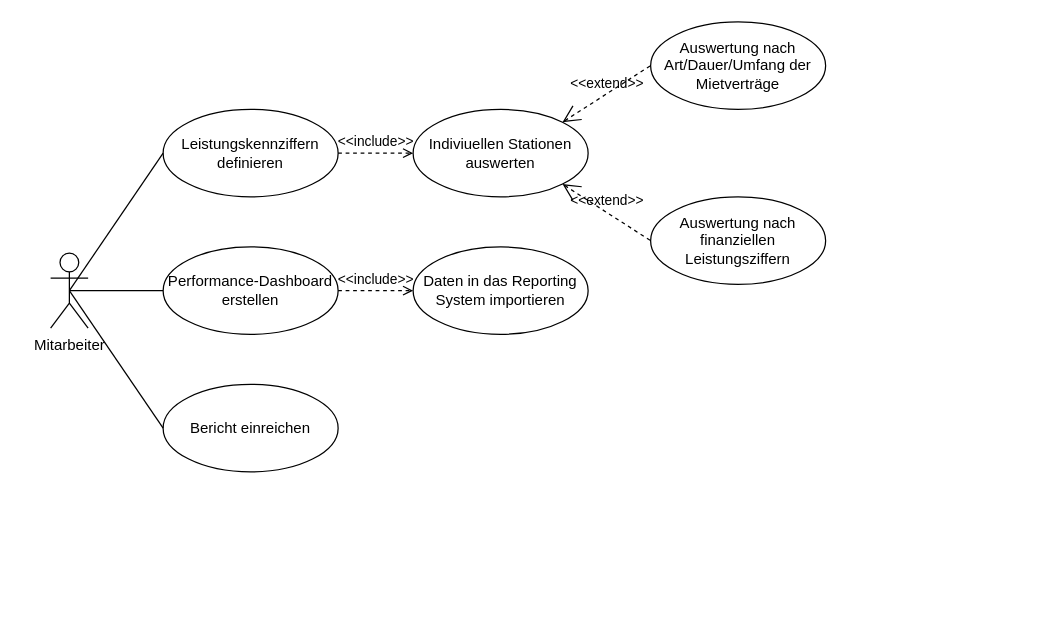
Earlier version of the draw.io diagram E2 - Gabriel/Geschaeftsanwendungsfall_Performance-Bericht.drawio (JanUwU42/SoftwareEngineeringProjektarbeit). Source tidied: cells renumbered, new cells numbered last; positions are measured from the earlier drawing's top-left corner, leaving out a move shared by most shapes. Both pictures are drawn from the tidied source at 125%, with x=0, y=0 at pixel (50, 21).
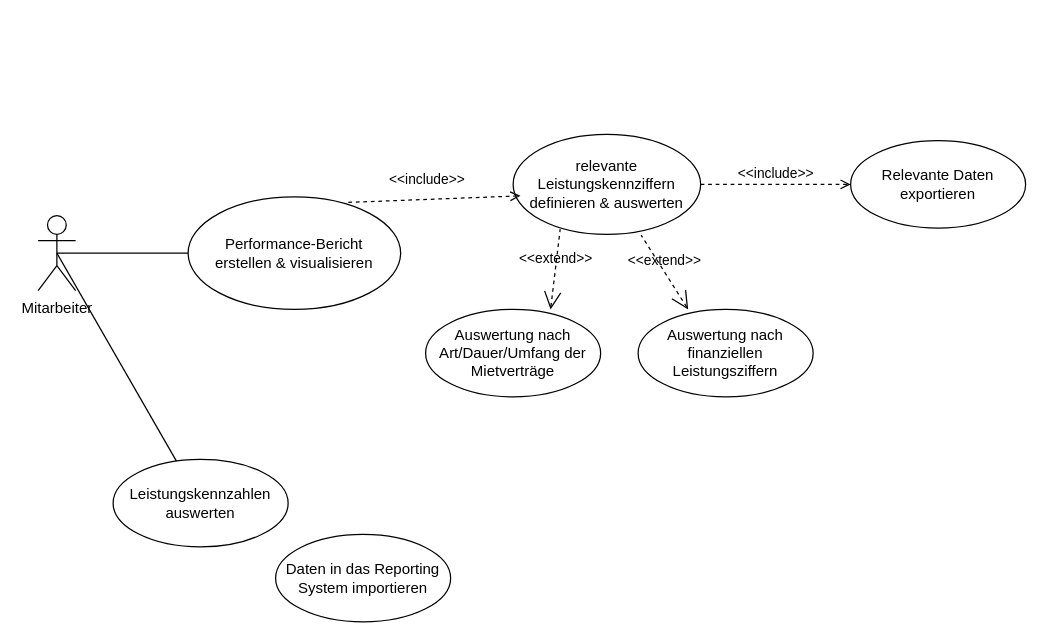
The same diagram, later.

Diff of the diagram source:
```diff
@@
 <mxGraphModel>
   <root>
     <mxCell id="0" />
     <mxCell id="1" parent="0" />
     <mxCell id="2" value="Mitarbeiter" style="shape=umlActor;html=1;verticalLabelPosition=bottom;verticalAlign=top;align=center;" parent="1" vertex="1">
-      <mxGeometry y="185" width="30" height="60" as="geometry" />
+      <mxGeometry x="-10" y="155" width="30" height="60" as="geometry" />
     </mxCell>
-    <mxCell id="3" value="Leistungskennziffern definieren" style="ellipse;whiteSpace=wrap;html=1;" parent="1" vertex="1">
-      <mxGeometry x="90" y="70" width="140" height="70" as="geometry" />
+    <mxCell id="3" value="relevante Leistungskennziffern definieren &amp;amp; auswerten" style="ellipse;whiteSpace=wrap;html=1;" parent="1" vertex="1">
+      <mxGeometry x="370" y="90" width="150" height="80" as="geometry" />
     </mxCell>
-    <mxCell id="4" value="Indiviuellen Stationen auswerten" style="ellipse;whiteSpace=wrap;html=1;" parent="1" vertex="1">
-      <mxGeometry x="290" y="70" width="140" height="70" as="geometry" />
+    <mxCell id="4" value="Relevante Daten exportieren" style="ellipse;whiteSpace=wrap;html=1;" parent="1" vertex="1">
+      <mxGeometry x="640" y="95" width="140" height="70" as="geometry" />
     </mxCell>
-    <mxCell id="5" value="Performance-Dashboard erstellen" style="ellipse;whiteSpace=wrap;html=1;" parent="1" vertex="1">
-      <mxGeometry x="90" y="180" width="140" height="70" as="geometry" />
+    <mxCell id="5" value="Performance-Bericht&lt;br&gt;erstellen &amp;amp; visualisieren" style="ellipse;whiteSpace=wrap;html=1;" parent="1" vertex="1">
+      <mxGeometry x="110" y="140" width="170" height="90" as="geometry" />
     </mxCell>
     <mxCell id="6" value="Daten in das Reporting System importieren" style="ellipse;whiteSpace=wrap;html=1;" parent="1" vertex="1">
-      <mxGeometry x="290" y="180" width="140" height="70" as="geometry" />
+      <mxGeometry x="180" y="410" width="140" height="70" as="geometry" />
     </mxCell>
-    <mxCell id="7" value="&amp;lt;&amp;lt;include&amp;gt;&amp;gt;" style="edgeStyle=none;html=1;endArrow=open;verticalAlign=bottom;dashed=1;labelBackgroundColor=none;rounded=0;exitX=1;exitY=0.5;exitDx=0;exitDy=0;entryX=0;entryY=0.5;entryDx=0;entryDy=0;" parent="1" edge="1" source="5" target="6">
-      <mxGeometry relative="1" as="geometry" />
-    </mxCell>
-    <mxCell id="8" value="Auswertung nach Art/Dauer/Umfang der Mietverträge" style="ellipse;whiteSpace=wrap;html=1;" parent="1" vertex="1">
-      <mxGeometry x="480" width="140" height="70" as="geometry" />
+    <mxCell id="8" value="Auswertung nach Art/Dauer/Umfang der Mietverträge" style="ellipse;whiteSpace=wrap;html=1;fillColor=none;" parent="1" vertex="1">
+      <mxGeometry x="300" y="230" width="140" height="70" as="geometry" />
     </mxCell>
     <mxCell id="9" value="Auswertung nach finanziellen Leistungsziffern" style="ellipse;whiteSpace=wrap;html=1;" parent="1" vertex="1">
-      <mxGeometry x="480" y="140" width="140" height="70" as="geometry" />
+      <mxGeometry x="470" y="230" width="140" height="70" as="geometry" />
     </mxCell>
-    <mxCell id="10" value="&amp;lt;&amp;lt;extend&amp;gt;&amp;gt;" style="edgeStyle=none;html=1;startArrow=open;endArrow=none;startSize=12;verticalAlign=bottom;dashed=1;labelBackgroundColor=none;rounded=0;exitX=1;exitY=0;exitDx=0;exitDy=0;entryX=0;entryY=0.5;entryDx=0;entryDy=0;" parent="1" edge="1" source="4" target="8">
-      <mxGeometry relative="1" as="geometry" />
-    </mxCell>
-    <mxCell id="11" value="&amp;lt;&amp;lt;extend&amp;gt;&amp;gt;" style="edgeStyle=none;html=1;startArrow=open;endArrow=none;startSize=12;verticalAlign=bottom;dashed=1;labelBackgroundColor=none;rounded=0;exitX=1;exitY=1;exitDx=0;exitDy=0;entryX=0;entryY=0.5;entryDx=0;entryDy=0;" parent="1" edge="1" source="4" target="9">
-      <mxGeometry relative="1" as="geometry" />
-    </mxCell>
     <mxCell id="12" style="edgeStyle=none;html=1;endArrow=none;verticalAlign=bottom;rounded=0;exitX=0.5;exitY=0.5;exitDx=0;exitDy=0;exitPerimeter=0;entryX=0;entryY=0.5;entryDx=0;entryDy=0;" parent="1" edge="1" source="2" target="5">
       <mxGeometry relative="1" as="geometry" />
     </mxCell>
-    <mxCell id="13" value="Bericht einreichen" style="ellipse;whiteSpace=wrap;html=1;" parent="1" vertex="1">
-      <mxGeometry x="90" y="290" width="140" height="70" as="geometry" />
-    </mxCell>
-    <mxCell id="14" style="edgeStyle=none;html=1;endArrow=none;verticalAlign=bottom;rounded=0;exitX=0.5;exitY=0.5;exitDx=0;exitDy=0;entryX=0;entryY=0.5;entryDx=0;entryDy=0;exitPerimeter=0;" parent="1" edge="1" source="2" target="3">
-      <mxGeometry relative="1" as="geometry" />
-    </mxCell>
-    <mxCell id="15" style="edgeStyle=none;html=1;endArrow=none;verticalAlign=bottom;rounded=0;exitX=0.5;exitY=0.5;exitDx=0;exitDy=0;exitPerimeter=0;entryX=0;entryY=0.5;entryDx=0;entryDy=0;" parent="1" edge="1" source="2" target="13">
-      <mxGeometry relative="1" as="geometry" />
-    </mxCell>
     <mxCell id="16" value="&amp;lt;&amp;lt;include&amp;gt;&amp;gt;" style="edgeStyle=none;html=1;endArrow=open;verticalAlign=bottom;dashed=1;labelBackgroundColor=none;rounded=0;exitX=1;exitY=0.5;exitDx=0;exitDy=0;entryX=0;entryY=0.5;entryDx=0;entryDy=0;" parent="1" edge="1" source="3" target="4">
       <mxGeometry relative="1" as="geometry" />
     </mxCell>
+    <mxCell id="17" value="Leistungskennzahlen auswerten" style="ellipse;whiteSpace=wrap;html=1;" parent="1" vertex="1">
+      <mxGeometry x="50" y="350" width="140" height="70" as="geometry" />
+    </mxCell>
+    <mxCell id="18" style="endArrow=none;html=1;rounded=0;exitX=0.5;exitY=0.5;exitDx=0;exitDy=0;exitPerimeter=0;" parent="1" edge="1" source="2" target="17">
+      <mxGeometry relative="1" as="geometry" />
+    </mxCell>
+    <mxCell id="7" value="&amp;lt;&amp;lt;include&amp;gt;&amp;gt;" style="edgeStyle=none;html=1;endArrow=open;verticalAlign=bottom;dashed=1;labelBackgroundColor=none;rounded=0;exitX=0.754;exitY=0.049;exitDx=0;exitDy=0;entryX=0.039;entryY=0.615;entryDx=0;entryDy=0;exitPerimeter=0;entryPerimeter=0;" parent="1" edge="1" source="5" target="3">
+      <mxGeometry x="-0.09" y="7" relative="1" as="geometry" />
+    </mxCell>
+    <mxCell id="19" value="&amp;lt;&amp;lt;extend&amp;gt;&amp;gt;" style="edgeStyle=none;html=1;startArrow=open;endArrow=none;startSize=12;verticalAlign=bottom;dashed=1;labelBackgroundColor=none;rounded=0;entryX=0.251;entryY=0.948;entryDx=0;entryDy=0;entryPerimeter=0;exitX=0.714;exitY=0;exitDx=0;exitDy=0;exitPerimeter=0;" parent="1" edge="1" source="8" target="3">
+      <mxGeometry relative="1" as="geometry" />
+    </mxCell>
+    <mxCell id="20" value="&amp;lt;&amp;lt;extend&amp;gt;&amp;gt;" style="edgeStyle=none;html=1;startArrow=open;endArrow=none;startSize=12;verticalAlign=bottom;dashed=1;labelBackgroundColor=none;rounded=0;exitX=0.286;exitY=0;exitDx=0;exitDy=0;exitPerimeter=0;entryX=0.683;entryY=1.008;entryDx=0;entryDy=0;entryPerimeter=0;" parent="1" edge="1" source="9" target="3">
+      <mxGeometry relative="1" as="geometry" />
+    </mxCell>
   </root>
 </mxGraphModel>
```
